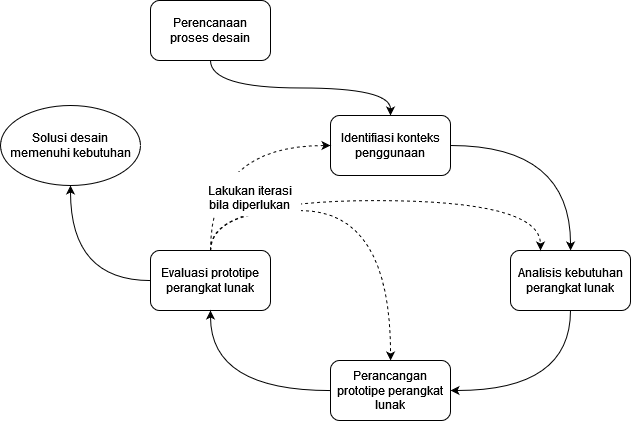
Before: src/resources/chapter-1-method.png, a diagram exported from draw.io (BaconLover307/ta-latex-uiux-digital-wellbeing). Source tidied: cells renumbered, new cells last; positions are measured from the earlier drawing's top-left corner, leaving out a move shared by most shapes.
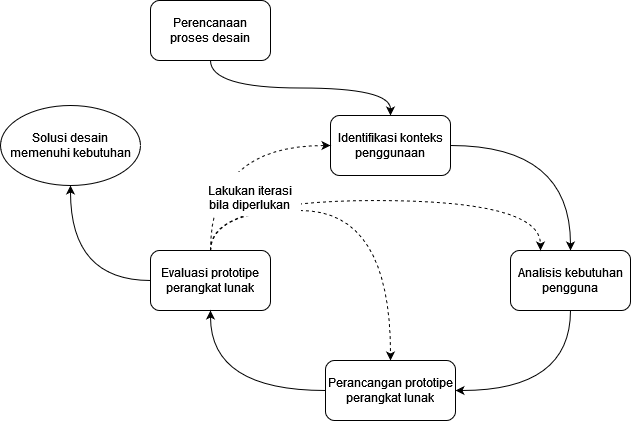
Later version of the same file.

Commit message:
Prep UCD tahap 3, changed "Analisis Kebutuhan Perangkat Lunak" to "Analisis Kebutuhan Pengguna"

Change to the diagram source:
```diff
@@ -8,13 +8,13 @@
     <mxCell id="3" style="edgeStyle=orthogonalEdgeStyle;curved=1;rounded=0;jettySize=auto;html=1;" parent="1" edge="1" source="4" target="6">
       <mxGeometry relative="1" as="geometry" />
     </mxCell>
-    <mxCell id="4" value="&lt;div&gt;Identifiasi konteks penggunaan&lt;/div&gt;" style="rounded=1;whiteSpace=wrap;html=1;" parent="1" vertex="1">
+    <mxCell id="4" value="&lt;div&gt;Identifikasi konteks penggunaan&lt;/div&gt;" style="rounded=1;whiteSpace=wrap;html=1;" parent="1" vertex="1">
       <mxGeometry x="330" y="115" width="120" height="60" as="geometry" />
     </mxCell>
     <mxCell id="5" style="edgeStyle=orthogonalEdgeStyle;curved=1;rounded=0;jettySize=auto;html=1;entryX=1;entryY=0.5;entryDx=0;entryDy=0;exitX=0.5;exitY=1;exitDx=0;exitDy=0;" parent="1" edge="1" source="6" target="13">
       <mxGeometry relative="1" as="geometry" />
     </mxCell>
-    <mxCell id="6" value="&lt;div&gt;Analisis kebutuhan perangkat lunak&lt;/div&gt;" style="rounded=1;whiteSpace=wrap;html=1;" parent="1" vertex="1">
+    <mxCell id="6" value="&lt;div&gt;Analisis kebutuhan pengguna&lt;br&gt;&lt;/div&gt;" style="rounded=1;whiteSpace=wrap;html=1;" parent="1" vertex="1">
       <mxGeometry x="510" y="250" width="120" height="60" as="geometry" />
     </mxCell>
     <mxCell id="7" style="edgeStyle=orthogonalEdgeStyle;curved=1;rounded=0;jettySize=auto;html=1;entryX=0.5;entryY=1;entryDx=0;entryDy=0;" parent="1" edge="1" source="11" target="15">
@@ -50,7 +50,7 @@
       <mxGeometry relative="1" as="geometry" />
     </mxCell>
     <mxCell id="13" value="Perancangan prototipe perangkat lunak" style="rounded=1;whiteSpace=wrap;html=1;" parent="1" vertex="1">
-      <mxGeometry x="330" y="360" width="120" height="60" as="geometry" />
+      <mxGeometry x="325" y="360" width="130" height="60" as="geometry" />
     </mxCell>
     <mxCell id="14" value="&lt;div&gt;Perencanaan&lt;/div&gt;&lt;div&gt;proses desain&lt;/div&gt;" style="rounded=1;whiteSpace=wrap;html=1;" parent="1" vertex="1">
       <mxGeometry x="150" width="120" height="60" as="geometry" />
```
